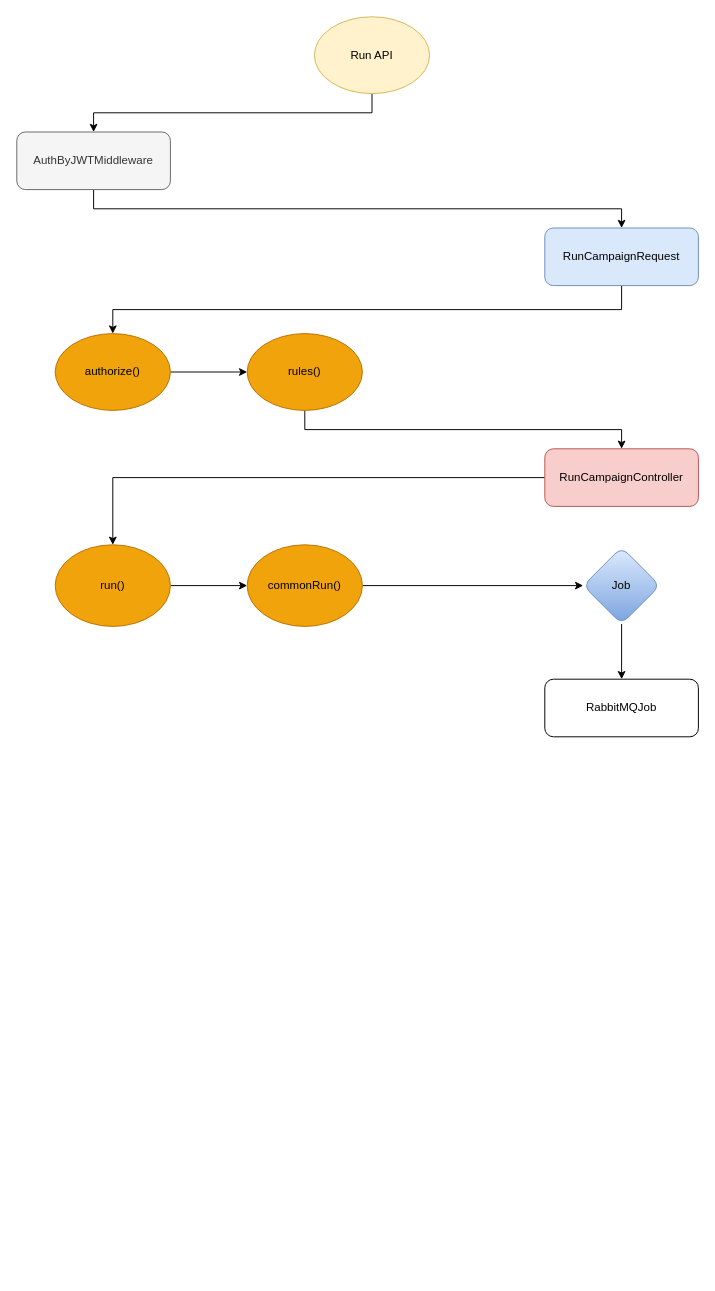
jprasuk112/Diagrams keeps this draw.io diagram as Untitled Diagram.drawio. Above is the earlier version. Source tidied: cells renumbered, new cells numbered last; positions are measured from the earlier drawing's top-left corner, leaving out a move shared by most shapes. Both pictures are drawn from the tidied source at 96%, with x=0, y=0 at pixel (16, 16).
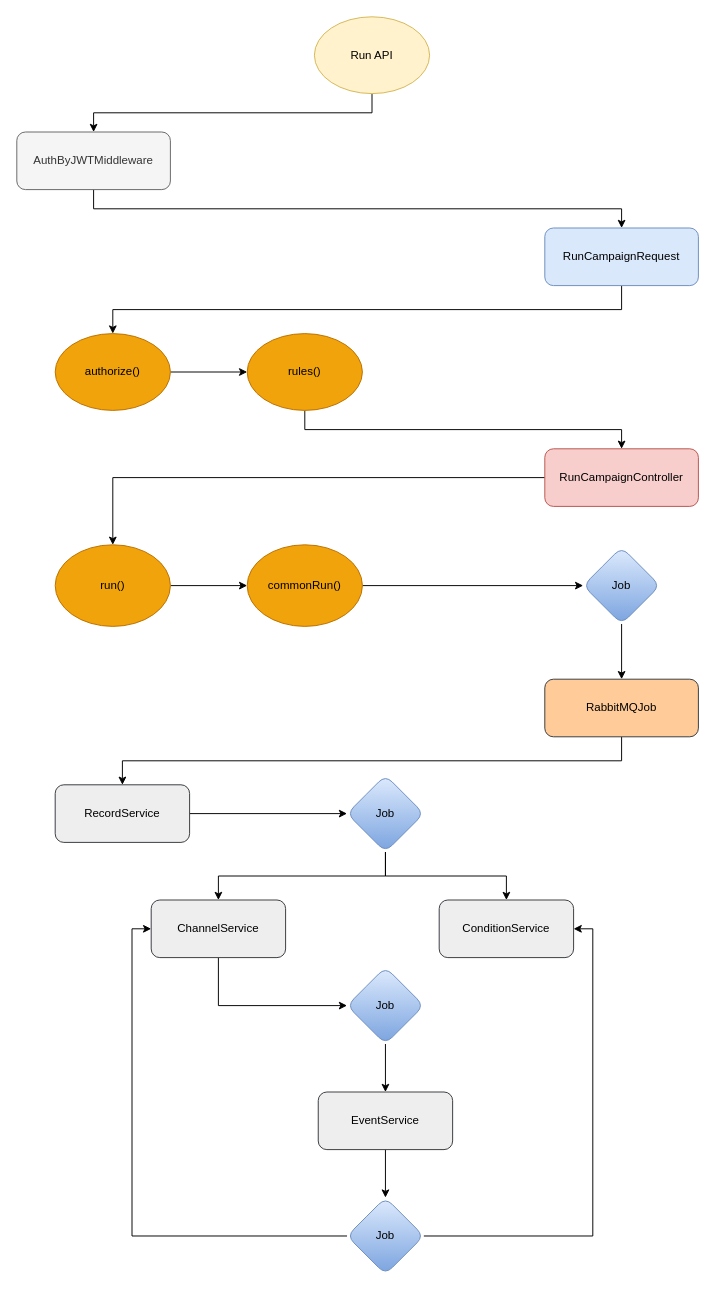
The same diagram, later.

The edit, as a diff of the source:
```diff
@@
+    <mxCell id="21" style="edgeStyle=orthogonalEdgeStyle;rounded=0;jettySize=auto;html=1;exitX=0.5;exitY=1;exitDx=0;exitDy=0;" parent="1" edge="1" source="20" target="23">
+      <mxGeometry relative="1" as="geometry" />
+    </mxCell>
-    <mxCell id="20" value="RabbitMQJob" style="rounded=1;whiteSpace=wrap;html=1;" parent="1" vertex="1">
+    <mxCell id="20" value="RabbitMQJob" style="rounded=1;whiteSpace=wrap;html=1;fillColor=#ffcc99;strokeColor=#36393d;" parent="1" vertex="1">
       <mxGeometry x="550" y="690" width="160" height="60" as="geometry" />
     </mxCell>
+    <mxCell id="22" style="edgeStyle=orthogonalEdgeStyle;rounded=0;jettySize=auto;html=1;exitX=1;exitY=0.5;exitDx=0;exitDy=0;entryX=0;entryY=0.5;entryDx=0;entryDy=0;" parent="1" edge="1" source="23" target="26">
+      <mxGeometry relative="1" as="geometry" />
+    </mxCell>
+    <mxCell id="23" value="RecordService" style="rounded=1;whiteSpace=wrap;html=1;fillColor=#eeeeee;strokeColor=#36393d;" parent="1" vertex="1">
+      <mxGeometry x="40" y="800" width="140" height="60" as="geometry" />
+    </mxCell>
+    <mxCell id="24" style="edgeStyle=orthogonalEdgeStyle;rounded=0;jettySize=auto;html=1;exitX=0.5;exitY=1;exitDx=0;exitDy=0;" parent="1" edge="1" source="26" target="28">
+      <mxGeometry relative="1" as="geometry" />
+    </mxCell>
+    <mxCell id="25" style="edgeStyle=orthogonalEdgeStyle;rounded=0;jettySize=auto;html=1;exitX=0.5;exitY=1;exitDx=0;exitDy=0;" parent="1" edge="1" source="26" target="29">
+      <mxGeometry relative="1" as="geometry" />
+    </mxCell>
+    <mxCell id="26" value="Job" style="rhombus;whiteSpace=wrap;html=1;rounded=1;fillColor=#dae8fc;strokeColor=#6c8ebf;gradientColor=#7ea6e0;" parent="1" vertex="1">
+      <mxGeometry x="344" y="790" width="80" height="80" as="geometry" />
+    </mxCell>
+    <mxCell id="27" style="edgeStyle=orthogonalEdgeStyle;rounded=0;jettySize=auto;html=1;exitX=0.5;exitY=1;exitDx=0;exitDy=0;entryX=0;entryY=0.5;entryDx=0;entryDy=0;" parent="1" edge="1" source="28" target="33">
+      <mxGeometry relative="1" as="geometry" />
+    </mxCell>
+    <mxCell id="28" value="ChannelService" style="rounded=1;whiteSpace=wrap;html=1;fillColor=#eeeeee;strokeColor=#36393d;" parent="1" vertex="1">
+      <mxGeometry x="140" y="920" width="140" height="60" as="geometry" />
+    </mxCell>
+    <mxCell id="29" value="ConditionService" style="rounded=1;whiteSpace=wrap;html=1;fillColor=#eeeeee;strokeColor=#36393d;" parent="1" vertex="1">
+      <mxGeometry x="440" y="920" width="140" height="60" as="geometry" />
+    </mxCell>
+    <mxCell id="30" style="edgeStyle=orthogonalEdgeStyle;rounded=0;jettySize=auto;html=1;exitX=0.5;exitY=1;exitDx=0;exitDy=0;" parent="1" edge="1" source="31" target="36">
+      <mxGeometry relative="1" as="geometry" />
+    </mxCell>
+    <mxCell id="31" value="EventService" style="rounded=1;whiteSpace=wrap;html=1;fillColor=#eeeeee;strokeColor=#36393d;" parent="1" vertex="1">
+      <mxGeometry x="314" y="1120" width="140" height="60" as="geometry" />
+    </mxCell>
+    <mxCell id="32" style="edgeStyle=orthogonalEdgeStyle;rounded=0;jettySize=auto;html=1;exitX=0.5;exitY=1;exitDx=0;exitDy=0;" parent="1" edge="1" source="33" target="31">
+      <mxGeometry relative="1" as="geometry" />
+    </mxCell>
+    <mxCell id="33" value="Job" style="rhombus;whiteSpace=wrap;html=1;rounded=1;fillColor=#dae8fc;strokeColor=#6c8ebf;gradientColor=#7ea6e0;" parent="1" vertex="1">
+      <mxGeometry x="344" y="990" width="80" height="80" as="geometry" />
+    </mxCell>
+    <mxCell id="34" style="edgeStyle=orthogonalEdgeStyle;rounded=0;jettySize=auto;html=1;exitX=1;exitY=0.5;exitDx=0;exitDy=0;entryX=1;entryY=0.5;entryDx=0;entryDy=0;" parent="1" edge="1" source="36" target="29">
+      <mxGeometry relative="1" as="geometry" />
+    </mxCell>
+    <mxCell id="35" style="edgeStyle=orthogonalEdgeStyle;rounded=0;jettySize=auto;html=1;exitX=0;exitY=0.5;exitDx=0;exitDy=0;entryX=0;entryY=0.5;entryDx=0;entryDy=0;" parent="1" edge="1" source="36" target="28">
+      <mxGeometry relative="1" as="geometry" />
+    </mxCell>
+    <mxCell id="36" value="Job" style="rhombus;whiteSpace=wrap;html=1;rounded=1;fillColor=#dae8fc;strokeColor=#6c8ebf;gradientColor=#7ea6e0;" parent="1" vertex="1">
+      <mxGeometry x="344" y="1230" width="80" height="80" as="geometry" />
+    </mxCell>
```
